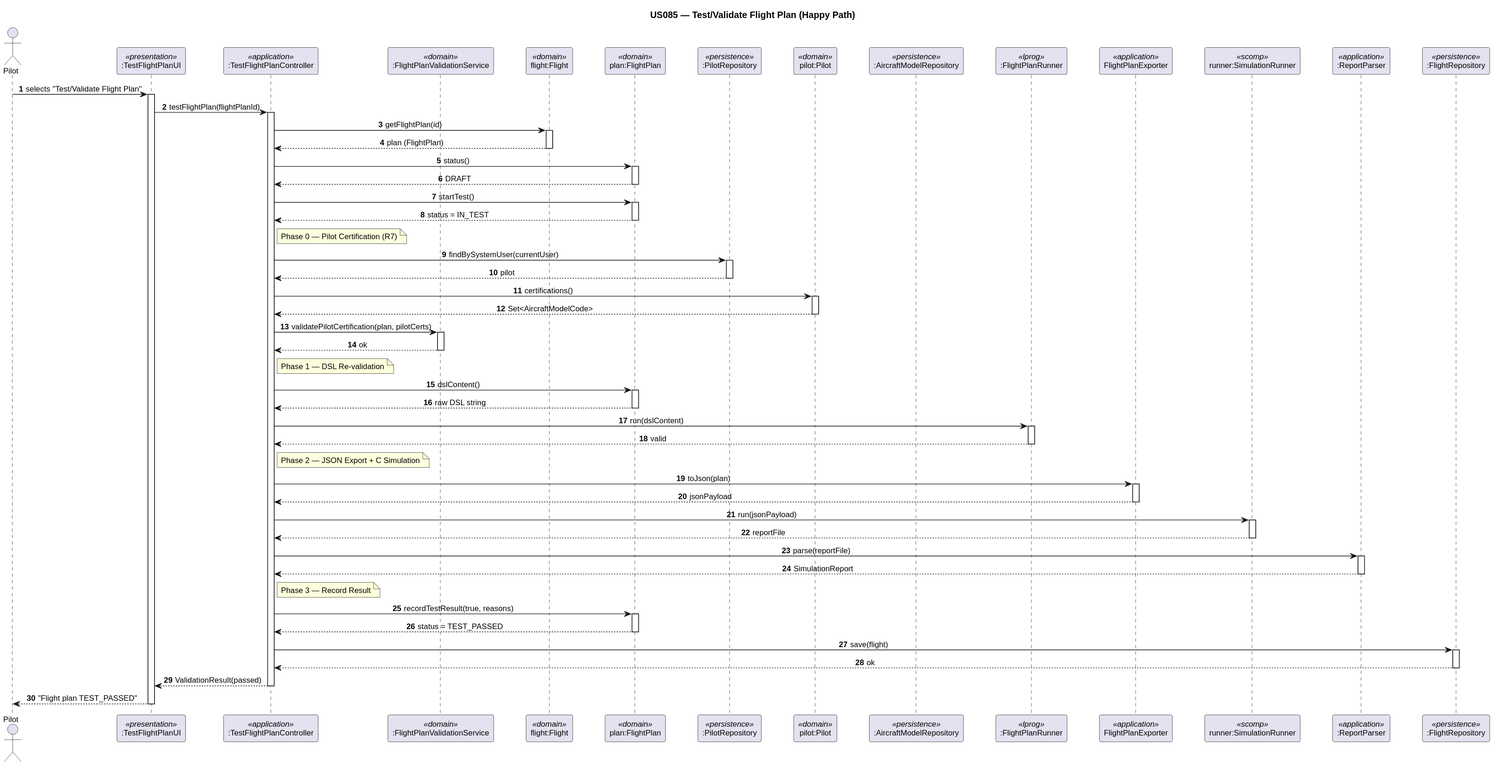
This is docs/Sprint3/EAPLI/us_085/sd_us085_test_flight_plan.svg from 1240826/aisafe-flight-control, a PlantUML export, as it was before one commit. Source of this version:
```plantuml
@startuml
title US085 — Test/Validate Flight Plan (Happy Path)

skinparam sequenceMessageAlign center
skinparam defaultFontName Arial
skinparam defaultFontSize 12
skinparam ParticipantPadding 20

autonumber

actor "Pilot" as actor
participant ":TestFlightPlanUI"                as ui          <<presentation>>
participant ":TestFlightPlanController"        as ctrl        <<application>>
participant ":FlightPlanValidationService"     as service     <<domain>>
participant "flight:Flight"                    as flight      <<domain>>
participant "plan:FlightPlan"                  as plan        <<domain>>
participant ":PilotRepository"                 as pilot_repo  <<persistence>>
participant "pilot:Pilot"                      as pilot       <<domain>>
participant ":AircraftModelRepository"         as model_repo  <<persistence>>
participant ":FlightPlanRunner"                as dsl         <<lprog>>
participant "FlightPlanExporter"               as exporter    <<application>>
participant "runner:SimulationRunner"          as sim         <<scomp>>
participant ":ReportParser"                    as parser      <<application>>
participant ":FlightRepository"                as repo        <<persistence>>

actor -> ui : selects "Test/Validate Flight Plan"
activate ui
ui -> ctrl : testFlightPlan(flightPlanId)
activate ctrl

ctrl -> flight : getFlightPlan(id)
activate flight
flight --> ctrl : plan (FlightPlan)
deactivate flight

ctrl -> plan : status()
activate plan
plan --> ctrl : DRAFT
deactivate plan

ctrl -> plan : startTest()
activate plan
plan --> ctrl : status = IN_TEST
deactivate plan

note right of ctrl : Phase 0 — Pilot Certification (R7)

ctrl -> pilot_repo : findBySystemUser(currentUser)
activate pilot_repo
pilot_repo --> ctrl : pilot
deactivate pilot_repo

ctrl -> pilot : certifications()
activate pilot
pilot --> ctrl : Set<AircraftModelCode>
deactivate pilot

ctrl -> service : validatePilotCertification(plan, pilotCerts)
activate service
service --> ctrl : ok
deactivate service

note right of ctrl : Phase 1 — DSL Re-validation

ctrl -> plan : dslContent()
activate plan
plan --> ctrl : raw DSL string
deactivate plan

ctrl -> dsl : run(dslContent)
activate dsl
dsl --> ctrl : valid
deactivate dsl

note right of ctrl : Phase 2 — JSON Export + C Simulation

ctrl -> exporter : toJson(plan)
activate exporter
exporter --> ctrl : jsonPayload
deactivate exporter

ctrl -> sim : run(jsonPayload)
activate sim
sim --> ctrl : reportFile
deactivate sim

ctrl -> parser : parse(reportFile)
activate parser
parser --> ctrl : SimulationReport
deactivate parser

note right of ctrl : Phase 3 — Record Result

ctrl -> plan : recordTestResult(true, reasons)
activate plan
plan --> ctrl : status = TEST_PASSED
deactivate plan

ctrl -> repo : save(flight)
activate repo
repo --> ctrl : ok
deactivate repo

ctrl --> ui : ValidationResult(passed)
deactivate ctrl
ui --> actor : "Flight plan TEST_PASSED"
deactivate ui
@enduml
```
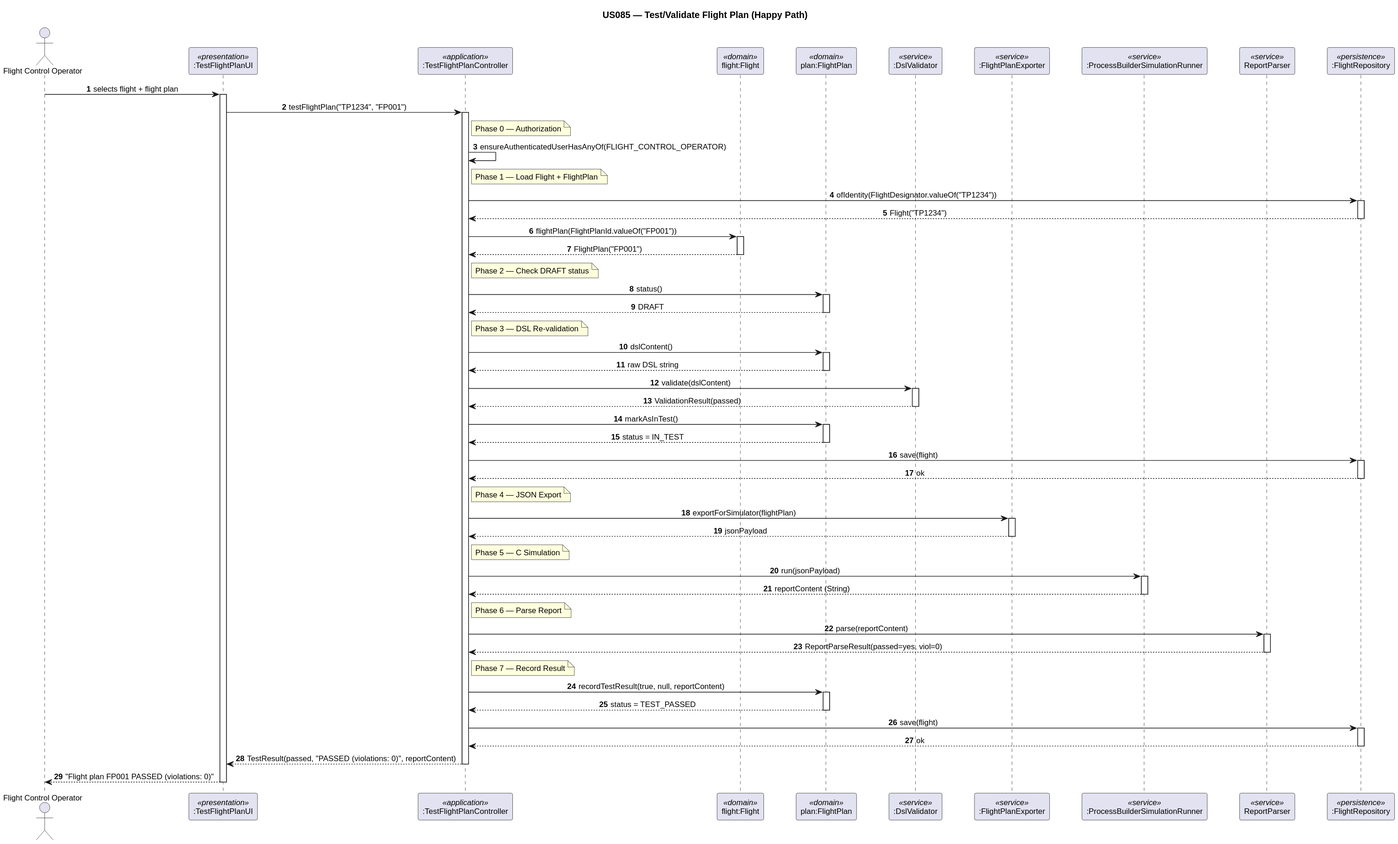
After the commit.

The edit, as a diff of the source:
```diff
@@ -1,4 +1,5 @@
 @startuml
+skinparamlocked defaultFontSize 12
 title US085 — Test/Validate Flight Plan (Happy Path)
 
 skinparam sequenceMessageAlign center
@@ -8,90 +9,80 @@
 
 autonumber
 
-actor "Pilot" as actor
+actor "Flight Control Operator" as actor
 participant ":TestFlightPlanUI"                as ui          <<presentation>>
 participant ":TestFlightPlanController"        as ctrl        <<application>>
-participant ":FlightPlanValidationService"     as service     <<domain>>
 participant "flight:Flight"                    as flight      <<domain>>
 participant "plan:FlightPlan"                  as plan        <<domain>>
-participant ":PilotRepository"                 as pilot_repo  <<persistence>>
-participant "pilot:Pilot"                      as pilot       <<domain>>
-participant ":AircraftModelRepository"         as model_repo  <<persistence>>
-participant ":FlightPlanRunner"                as dsl         <<lprog>>
-participant "FlightPlanExporter"               as exporter    <<application>>
-participant "runner:SimulationRunner"          as sim         <<scomp>>
-participant ":ReportParser"                    as parser      <<application>>
+participant ":DslValidator"                    as dsl         <<service>>
+participant ":FlightPlanExporter"              as exporter    <<service>>
+participant ":ProcessBuilderSimulationRunner"  as runner      <<service>>
+participant "ReportParser"                     as parser      <<service>>
 participant ":FlightRepository"                as repo        <<persistence>>
 
-actor -> ui : selects "Test/Validate Flight Plan"
+actor -> ui : selects flight + flight plan
 activate ui
-ui -> ctrl : testFlightPlan(flightPlanId)
+ui -> ctrl : testFlightPlan("TP1234", "FP001")
 activate ctrl
 
-ctrl -> flight : getFlightPlan(id)
+note right of ctrl : Phase 0 — Authorization
+ctrl -> ctrl : ensureAuthenticatedUserHasAnyOf(FLIGHT_CONTROL_OPERATOR)
+
+note right of ctrl : Phase 1 — Load Flight + FlightPlan
+ctrl -> repo : ofIdentity(FlightDesignator.valueOf("TP1234"))
+activate repo
+repo --> ctrl : Flight("TP1234")
+deactivate repo
+ctrl -> flight : flightPlan(FlightPlanId.valueOf("FP001"))
 activate flight
-flight --> ctrl : plan (FlightPlan)
+flight --> ctrl : FlightPlan("FP001")
 deactivate flight
 
+note right of ctrl : Phase 2 — Check DRAFT status
 ctrl -> plan : status()
 activate plan
 plan --> ctrl : DRAFT
 deactivate plan
 
-ctrl -> plan : startTest()
-activate plan
-plan --> ctrl : status = IN_TEST
-deactivate plan
-
-note right of ctrl : Phase 0 — Pilot Certification (R7)
-
-ctrl -> pilot_repo : findBySystemUser(currentUser)
-activate pilot_repo
-pilot_repo --> ctrl : pilot
-deactivate pilot_repo
-
-ctrl -> pilot : certifications()
-activate pilot
-pilot --> ctrl : Set<AircraftModelCode>
-deactivate pilot
-
-ctrl -> service : validatePilotCertification(plan, pilotCerts)
-activate service
-service --> ctrl : ok
-deactivate service
-
-note right of ctrl : Phase 1 — DSL Re-validation
-
+note right of ctrl : Phase 3 — DSL Re-validation
 ctrl -> plan : dslContent()
 activate plan
 plan --> ctrl : raw DSL string
 deactivate plan
-
-ctrl -> dsl : run(dslContent)
+ctrl -> dsl : validate(dslContent)
 activate dsl
-dsl --> ctrl : valid
+dsl --> ctrl : ValidationResult(passed)
 deactivate dsl
 
-note right of ctrl : Phase 2 — JSON Export + C Simulation
+ctrl -> plan : markAsInTest()
+activate plan
+plan --> ctrl : status = IN_TEST
+deactivate plan
+ctrl -> repo : save(flight)
+activate repo
+repo --> ctrl : ok
+deactivate repo
 
-ctrl -> exporter : toJson(plan)
+note right of ctrl : Phase 4 — JSON Export
+ctrl -> exporter : exportForSimulator(flightPlan)
 activate exporter
 exporter --> ctrl : jsonPayload
 deactivate exporter
 
-ctrl -> sim : run(jsonPayload)
-activate sim
-sim --> ctrl : reportFile
-deactivate sim
+note right of ctrl : Phase 5 — C Simulation
+ctrl -> runner : run(jsonPayload)
+activate runner
+runner --> ctrl : reportContent (String)
+deactivate runner
 
-ctrl -> parser : parse(reportFile)
+note right of ctrl : Phase 6 — Parse Report
+ctrl -> parser : parse(reportContent)
 activate parser
-parser --> ctrl : SimulationReport
+parser --> ctrl : ReportParseResult(passed=yes, viol=0)
 deactivate parser
 
-note right of ctrl : Phase 3 — Record Result
-
-ctrl -> plan : recordTestResult(true, reasons)
+note right of ctrl : Phase 7 — Record Result
+ctrl -> plan : recordTestResult(true, null, reportContent)
 activate plan
 plan --> ctrl : status = TEST_PASSED
 deactivate plan
@@ -101,8 +92,8 @@
 repo --> ctrl : ok
 deactivate repo
 
-ctrl --> ui : ValidationResult(passed)
+ctrl --> ui : TestResult(passed, "PASSED (violations: 0)", reportContent)
 deactivate ctrl
-ui --> actor : "Flight plan TEST_PASSED"
+ui --> actor : "Flight plan FP001 PASSED (violations: 0)"
 deactivate ui
 @enduml
```
